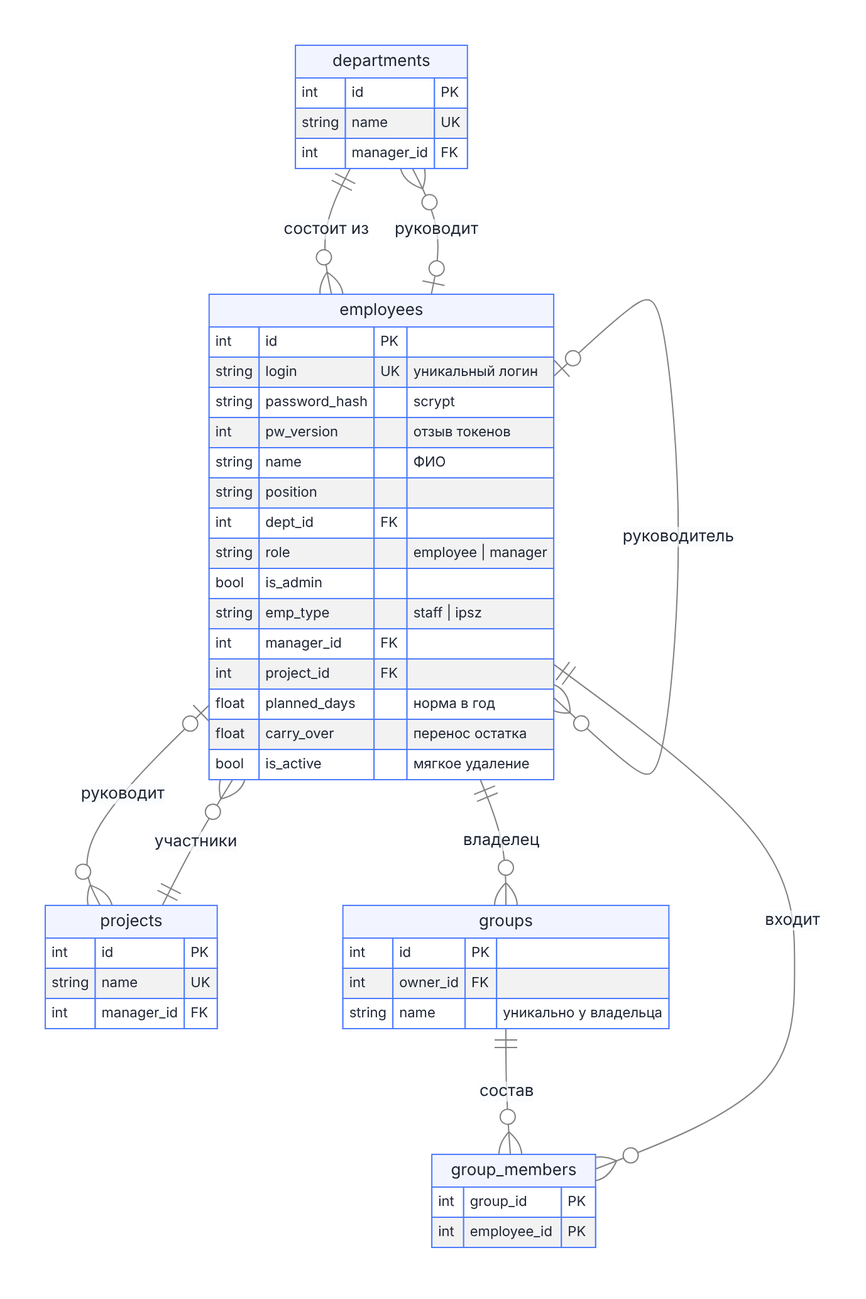
ayurasov/vacation-planner keeps this Mermaid diagram as docs/images/er-org.png. Above is the earlier version. Its source is kept beside it as docs/diagrams/er-org.mmd. Its diagram source:
```mermaid
erDiagram
  departments ||--o{ employees : "состоит из"
  employees |o--o{ departments : "руководит"
  employees |o--o{ employees : "руководитель"
  projects ||--o{ employees : "участники"
  employees |o--o{ projects : "руководит"
  employees ||--o{ groups : "владелец"
  groups ||--o{ group_members : "состав"
  employees ||--o{ group_members : "входит"
  employees {
    int id PK
    string login UK "уникальный логин"
    string password_hash "scrypt"
    int pw_version "отзыв токенов"
    string name "ФИО"
    string position
    int dept_id FK
    string role "employee | manager"
    bool is_admin
    string emp_type "staff | ipsz"
    int manager_id FK
    int project_id FK
    float planned_days "норма в год"
    float carry_over "перенос остатка"
    bool is_active "мягкое удаление"
  }
  departments {
    int id PK
    string name UK
    int manager_id FK
  }
  projects {
    int id PK
    string name UK
    int manager_id FK
  }
  groups {
    int id PK
    int owner_id FK
    string name "уникально у владельца"
  }
  group_members {
    int group_id PK
    int employee_id PK
  }
```
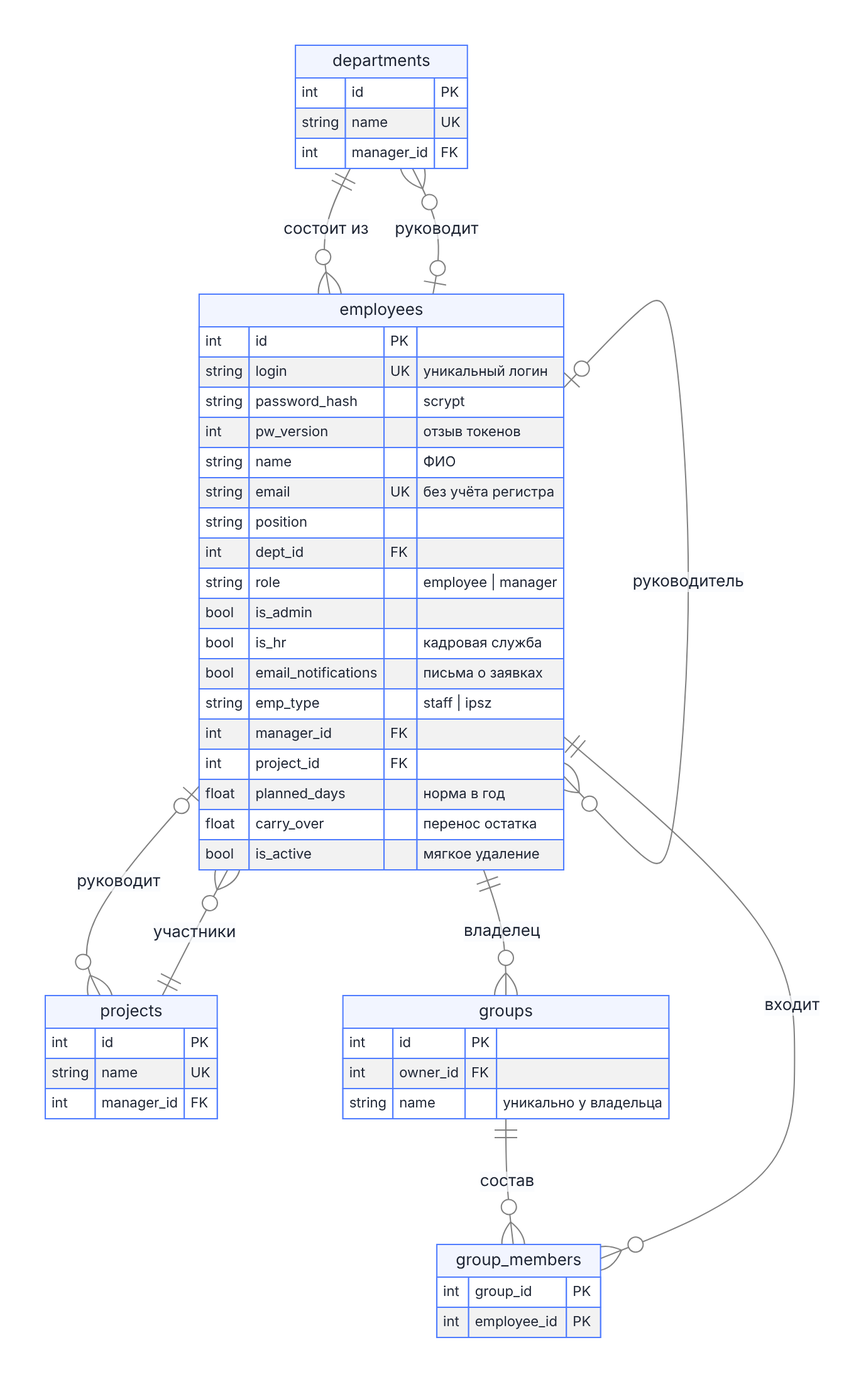
Above is the later version.

The edit, as a diff of the source:
```diff
@@ -13,10 +13,13 @@
     string password_hash "scrypt"
     int pw_version "отзыв токенов"
     string name "ФИО"
+    string email UK "без учёта регистра"
     string position
     int dept_id FK
     string role "employee | manager"
     bool is_admin
+    bool is_hr "кадровая служба"
+    bool email_notifications "письма о заявках"
     string emp_type "staff | ipsz"
     int manager_id FK
     int project_id FK
```
